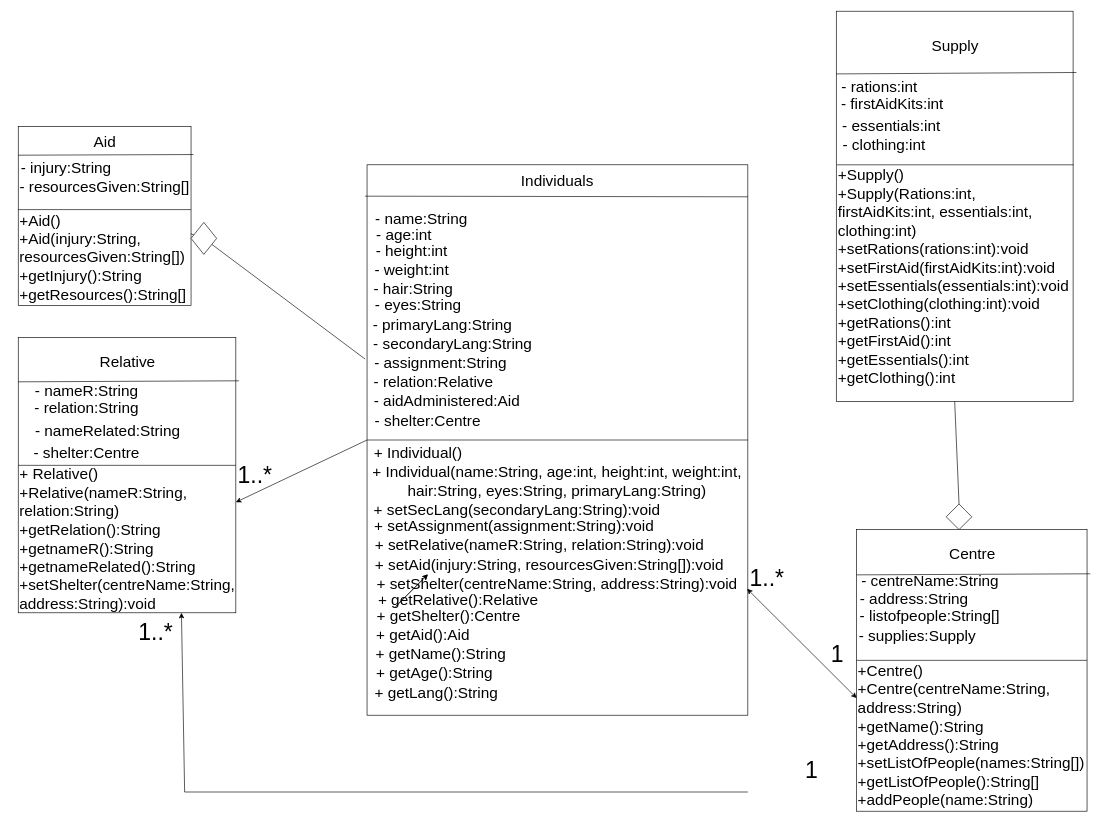
Above: Group project 1/disaster_relief_system.drawio in Hisada-VI/ENSF-380-assignments (draw.io), before the change. Source tidied: cells renumbered, new cells numbered last; positions are measured from the earlier drawing's top-left corner, leaving out a move shared by most shapes. Both pictures are drawn from the tidied source at 64%, with x=0, y=0 at pixel (11, 11).
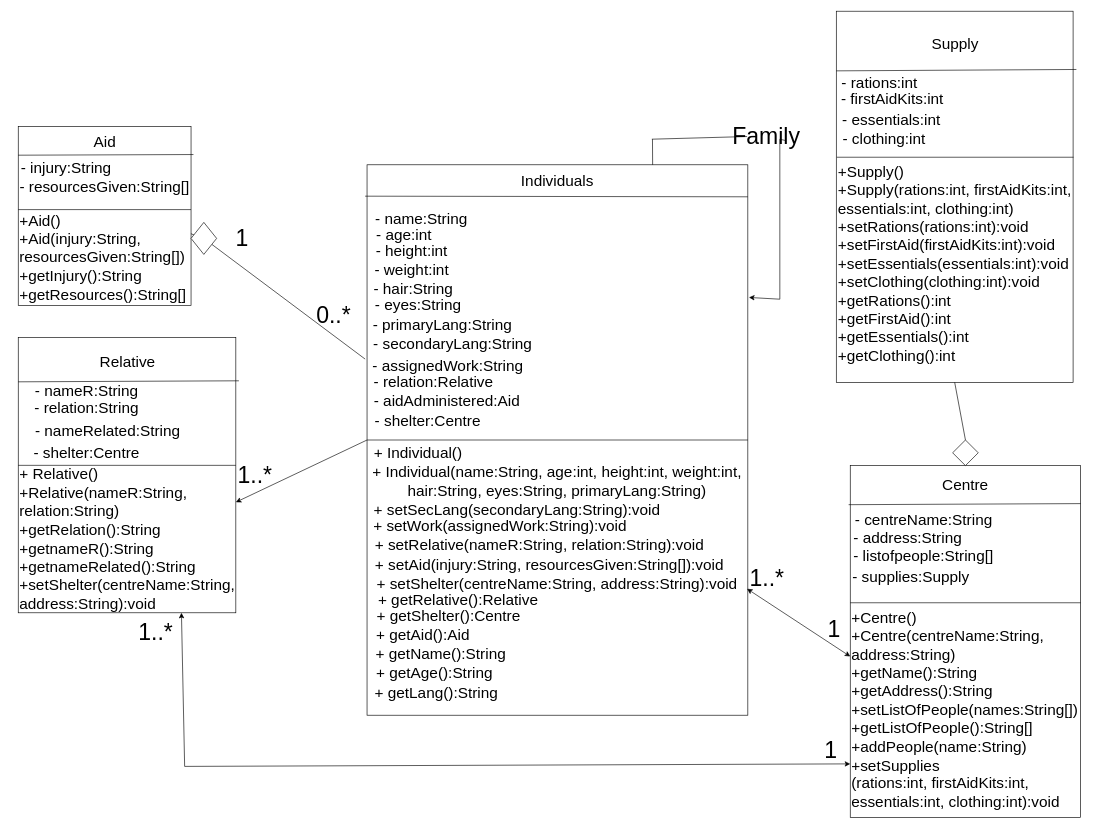
The same diagram, later.

Commit message:
finished UML diagram

The change refers to these unchanged cells:
```xml
<mxCell id="10" style="group;" parent="1" vertex="1">
  <mxGeometry x="531" y="240" width="643.8" height="860" as="geometry" />
</mxCell>
<mxCell id="11" style="rounded=0;whiteSpace=wrap;html=1;" parent="10" vertex="1">
  <mxGeometry x="25" width="595" height="860" as="geometry" />
</mxCell>
<mxCell id="63" value="&lt;div style=&quot;&quot;&gt;&lt;span style=&quot;background-color: initial;&quot;&gt;+ Relative()&lt;/span&gt;&lt;/div&gt;&lt;div style=&quot;&quot;&gt;&lt;span style=&quot;background-color: initial;&quot;&gt;+Relative(nameR:String, relation:String)&lt;/span&gt;&lt;/div&gt;&lt;div style=&quot;&quot;&gt;&lt;span style=&quot;background-color: initial;&quot;&gt;+getRelation():String&lt;/span&gt;&lt;/div&gt;&lt;div style=&quot;&quot;&gt;&lt;span style=&quot;background-color: initial;&quot;&gt;+getnameR():String&lt;/span&gt;&lt;/div&gt;&lt;div style=&quot;&quot;&gt;&lt;span style=&quot;background-color: initial;&quot;&gt;+getnameRelated():String&lt;/span&gt;&lt;/div&gt;&lt;div style=&quot;&quot;&gt;&lt;span style=&quot;text-align: center;&quot;&gt;+setShelter(centreName:String, address:String):void&lt;/span&gt;&lt;span style=&quot;background-color: initial;&quot;&gt;&lt;br&gt;&lt;/span&gt;&lt;/div&gt;" style="text;html=1;strokeColor=none;fillColor=none;align=left;verticalAlign=middle;whiteSpace=wrap;rounded=0;fontSize=24;" parent="57" vertex="1">
  <mxGeometry y="199.6" width="340" height="230.4" as="geometry" />
</mxCell>
```

Change to the diagram source:
```diff
@@
-    <mxCell id="22" value="- assignment:String" style="text;html=1;strokeColor=none;fillColor=none;align=center;verticalAlign=middle;whiteSpace=wrap;rounded=0;fontSize=24;" parent="10" vertex="1">
-      <mxGeometry x="35" y="300" width="210" height="20" as="geometry" />
+    <mxCell id="22" value="- assignedWork:String" style="text;html=1;strokeColor=none;fillColor=none;align=center;verticalAlign=middle;whiteSpace=wrap;rounded=0;fontSize=24;" parent="10" vertex="1">
+      <mxGeometry x="25" y="300" width="252.5" height="30" as="geometry" />
     </mxCell>
@@
-    <mxCell id="30" value="+ setAssignment(assignment:String):void" style="text;html=1;strokeColor=none;fillColor=none;align=center;verticalAlign=middle;whiteSpace=wrap;rounded=0;fontSize=24;" parent="10" vertex="1">
-      <mxGeometry x="35" y="550" width="440" height="30" as="geometry" />
+    <mxCell id="30" value="+ setWork(assignedWork:String):void" style="text;html=1;strokeColor=none;fillColor=none;align=center;verticalAlign=middle;whiteSpace=wrap;rounded=0;fontSize=24;" parent="10" vertex="1">
+      <mxGeometry x="12.5" y="550" width="440" height="30" as="geometry" />
     </mxCell>
@@
     <mxCell id="40" style="group;" parent="1" vertex="1">
-      <mxGeometry x="1321" y="810" width="360" height="440" as="geometry" />
+      <mxGeometry x="1311" y="710" width="360" height="550" as="geometry" />
     </mxCell>
     <mxCell id="41" style="rounded=0;whiteSpace=wrap;html=1;" parent="40" vertex="1">
-      <mxGeometry width="360" height="440" as="geometry" />
+      <mxGeometry width="360" height="550" as="geometry" />
     </mxCell>
     <mxCell id="42" value="&lt;font style=&quot;font-size: 24px;&quot;&gt;Centre&lt;/font&gt;" style="text;html=1;strokeColor=none;fillColor=none;align=center;verticalAlign=middle;whiteSpace=wrap;rounded=0;" parent="40" vertex="1">
-      <mxGeometry x="110.7" width="140" height="78.6" as="geometry" />
+      <mxGeometry x="110" width="140" height="60" as="geometry" />
     </mxCell>
-    <mxCell id="43" style="endArrow=none;html=1;fontSize=24;entryX=1.014;entryY=0.157;entryDx=0;entryDy=0;entryPerimeter=0;" parent="40" edge="1" target="41">
-      <mxGeometry relative="1" as="geometry">
-        <mxPoint y="70.7" as="sourcePoint" />
-      </mxGeometry>
+    <mxCell id="43" style="endArrow=none;html=1;fontSize=24;entryX=1;entryY=0.108;entryDx=0;entryDy=0;entryPerimeter=0;exitX=-0.007;exitY=0.111;exitDx=0;exitDy=0;exitPerimeter=0;" parent="40" edge="1" source="41" target="41">
+      <mxGeometry relative="1" as="geometry" />
     </mxCell>
     <mxCell id="44" value="- centreName:String" style="text;html=1;strokeColor=none;fillColor=none;align=center;verticalAlign=middle;whiteSpace=wrap;rounded=0;fontSize=24;" parent="40" vertex="1">
-      <mxGeometry x="-21.1" y="70" width="271.8" height="21.4" as="geometry" />
+      <mxGeometry x="-21.1" y="73.4" width="271.8" height="22.5" as="geometry" />
     </mxCell>
     <mxCell id="45" value="- address:String" style="text;html=1;strokeColor=none;fillColor=none;align=center;verticalAlign=middle;whiteSpace=wrap;rounded=0;fontSize=24;" parent="40" vertex="1">
-      <mxGeometry x="-30" y="100" width="240" height="17" as="geometry" />
+      <mxGeometry x="-30" y="104.9" width="240" height="17.8" as="geometry" />
     </mxCell>
-    <mxCell id="46" value="&lt;div style=&quot;&quot;&gt;&lt;span style=&quot;background-color: initial;&quot;&gt;+Centre()&lt;/span&gt;&lt;/div&gt;&lt;div style=&quot;&quot;&gt;&lt;span style=&quot;background-color: initial;&quot;&gt;+Centre(centreName:String, address:String)&lt;/span&gt;&lt;br&gt;&lt;/div&gt;&lt;div style=&quot;&quot;&gt;&lt;span style=&quot;background-color: initial;&quot;&gt;+getName():String&lt;/span&gt;&lt;/div&gt;&lt;div style=&quot;&quot;&gt;&lt;span style=&quot;background-color: initial;&quot;&gt;+getAddress():String&lt;/span&gt;&lt;/div&gt;&lt;div style=&quot;&quot;&gt;&lt;span style=&quot;background-color: initial;&quot;&gt;+setListOfPeople(names:String[])&lt;/span&gt;&lt;/div&gt;&lt;div style=&quot;&quot;&gt;+getListOfPeople():String[]&lt;span style=&quot;background-color: initial;&quot;&gt;&lt;br&gt;&lt;/span&gt;&lt;/div&gt;&lt;div style=&quot;&quot;&gt;+addPeople(name:String)&lt;br&gt;&lt;/div&gt;" style="text;html=1;strokeColor=none;fillColor=none;align=left;verticalAlign=middle;whiteSpace=wrap;rounded=0;fontSize=24;" parent="40" vertex="1">
-      <mxGeometry y="204.3" width="360" height="235.7" as="geometry" />
+    <mxCell id="46" value="&lt;div style=&quot;&quot;&gt;&lt;span style=&quot;background-color: initial;&quot;&gt;+Centre()&lt;/span&gt;&lt;/div&gt;&lt;div style=&quot;&quot;&gt;&lt;span style=&quot;background-color: initial;&quot;&gt;+Centre(centreName:String, address:String)&lt;/span&gt;&lt;br&gt;&lt;/div&gt;&lt;div style=&quot;&quot;&gt;&lt;span style=&quot;background-color: initial;&quot;&gt;+getName():String&lt;/span&gt;&lt;/div&gt;&lt;div style=&quot;&quot;&gt;&lt;span style=&quot;background-color: initial;&quot;&gt;+getAddress():String&lt;/span&gt;&lt;/div&gt;&lt;div style=&quot;&quot;&gt;&lt;span style=&quot;background-color: initial;&quot;&gt;+setListOfPeople(names:String[])&lt;/span&gt;&lt;/div&gt;&lt;div style=&quot;&quot;&gt;+getListOfPeople():String[]&lt;span style=&quot;background-color: initial;&quot;&gt;&lt;br&gt;&lt;/span&gt;&lt;/div&gt;&lt;div style=&quot;&quot;&gt;+addPeople(name:String)&lt;br&gt;&lt;/div&gt;&lt;div style=&quot;&quot;&gt;+setSupplies&lt;/div&gt;(rations:int, firstAidKits:int, essentials:int, clothing:int)&lt;span style=&quot;background-color: initial;&quot;&gt;:void&lt;/span&gt;" style="text;html=1;strokeColor=none;fillColor=none;align=left;verticalAlign=middle;whiteSpace=wrap;rounded=0;fontSize=24;" parent="40" vertex="1">
+      <mxGeometry y="214.3" width="360" height="335.7" as="geometry" />
     </mxCell>
@@
     <mxCell id="48" value="- listofpeople:String[]" style="text;html=1;strokeColor=none;fillColor=none;align=center;verticalAlign=middle;whiteSpace=wrap;rounded=0;fontSize=24;" parent="40" vertex="1">
-      <mxGeometry x="-30.9" y="120" width="291.3" height="30.6" as="geometry" />
+      <mxGeometry x="-30.9" y="125.9" width="291.3" height="32.1" as="geometry" />
     </mxCell>
     <mxCell id="49" value="- supplies:Supply" style="text;html=1;strokeColor=none;fillColor=none;align=center;verticalAlign=middle;whiteSpace=wrap;rounded=0;fontSize=24;" parent="40" vertex="1">
-      <mxGeometry y="150.6" width="190" height="30.6" as="geometry" />
+      <mxGeometry y="158" width="190" height="32.1" as="geometry" />
     </mxCell>
@@
     <mxCell id="55" value="&lt;font style=&quot;font-size: 36px;&quot;&gt;1&lt;/font&gt;" style="text;html=1;strokeColor=none;fillColor=none;align=center;verticalAlign=middle;whiteSpace=wrap;rounded=0;" parent="1" vertex="1">
-      <mxGeometry x="1261" y="990" width="60" height="30" as="geometry" />
+      <mxGeometry x="1256" y="950" width="60" height="30" as="geometry" />
     </mxCell>
@@
-    <mxCell id="68" style="endArrow=classic;html=1;" parent="1" edge="1">
-      <mxGeometry relative="1" as="geometry">
-        <mxPoint x="601" y="930" as="sourcePoint" />
-        <mxPoint x="651" y="880" as="targetPoint" />
-      </mxGeometry>
-    </mxCell>
     <mxCell id="69" value="&lt;font style=&quot;font-size: 36px;&quot;&gt;1&lt;/font&gt;" style="text;html=1;strokeColor=none;fillColor=none;align=center;verticalAlign=middle;whiteSpace=wrap;rounded=0;" parent="1" vertex="1">
-      <mxGeometry x="1221" y="1170" width="60" height="30" as="geometry" />
+      <mxGeometry x="1251" y="1140" width="60" height="30" as="geometry" />
     </mxCell>
@@
-    <mxCell id="71" style="endArrow=classic;html=1;" parent="1" edge="1">
-      <mxGeometry relative="1" as="geometry">
-        <mxPoint x="601" y="930" as="sourcePoint" />
-        <mxPoint x="651" y="880" as="targetPoint" />
-      </mxGeometry>
-    </mxCell>
     <mxCell id="72" style="endArrow=classic;html=1;entryX=0.75;entryY=1;entryDx=0;entryDy=0;" parent="1" edge="1" target="63">
       <mxGeometry relative="1" as="geometry">
-        <mxPoint x="271" y="1220" as="sourcePoint" />
+        <mxPoint x="271" y="1180" as="sourcePoint" />
       </mxGeometry>
     </mxCell>
-    <mxCell id="73" style="endArrow=none;html=1;" parent="1" edge="1">
-      <mxGeometry relative="1" as="geometry">
-        <mxPoint x="271" y="1220" as="sourcePoint" />
-        <mxPoint x="1151" y="1220" as="targetPoint" />
-      </mxGeometry>
-    </mxCell>
     <mxCell id="74" style="group;" parent="1" vertex="1">
-      <mxGeometry x="1289.2" width="370.7" height="610" as="geometry" />
+      <mxGeometry x="1289.2" width="370.7" height="580" as="geometry" />
     </mxCell>
     <mxCell id="75" style="rounded=0;whiteSpace=wrap;html=1;" parent="74" vertex="1">
-      <mxGeometry width="370" height="610" as="geometry" />
+      <mxGeometry width="370" height="580" as="geometry" />
     </mxCell>
     <mxCell id="76" value="&lt;font style=&quot;font-size: 24px;&quot;&gt;Supply&lt;/font&gt;" style="text;html=1;strokeColor=none;fillColor=none;align=center;verticalAlign=middle;whiteSpace=wrap;rounded=0;" parent="74" vertex="1">
-      <mxGeometry x="113.7" width="143.9" height="108.9" as="geometry" />
+      <mxGeometry x="113.7" width="143.9" height="103.6" as="geometry" />
     </mxCell>
     <mxCell id="77" style="endArrow=none;html=1;fontSize=24;entryX=1.014;entryY=0.157;entryDx=0;entryDy=0;entryPerimeter=0;" parent="74" edge="1" target="75">
       <mxGeometry relative="1" as="geometry">
-        <mxPoint y="98" as="sourcePoint" />
+        <mxPoint y="93.2" as="sourcePoint" />
       </mxGeometry>
     </mxCell>
     <mxCell id="78" value="- rations:int" style="text;html=1;strokeColor=none;fillColor=none;align=center;verticalAlign=middle;whiteSpace=wrap;rounded=0;fontSize=24;" parent="74" vertex="1">
-      <mxGeometry x="-13.9" y="108.9" width="163.9" height="20.5" as="geometry" />
+      <mxGeometry x="-13.9" y="103.6" width="163.9" height="19.5" as="geometry" />
     </mxCell>
     <mxCell id="79" value="- firstAidKits:int" style="text;html=1;strokeColor=none;fillColor=none;align=center;verticalAlign=middle;whiteSpace=wrap;rounded=0;fontSize=24;" parent="74" vertex="1">
-      <mxGeometry x="-13.9" y="129.4" width="203.9" height="30.6" as="geometry" />
+      <mxGeometry x="-13.9" y="123" width="203.9" height="29.1" as="geometry" />
     </mxCell>
-    <mxCell id="80" value="&lt;div style=&quot;&quot;&gt;+Supply()&lt;/div&gt;&lt;div style=&quot;&quot;&gt;+Supply(Rations:int, firstAidKits:int, essentials:int, clothing:int)&lt;/div&gt;&lt;div style=&quot;&quot;&gt;+setRations(rations:int):void&lt;/div&gt;&lt;div style=&quot;&quot;&gt;+setFirstAid(firstAidKits:int):void&lt;/div&gt;&lt;div style=&quot;&quot;&gt;+setEssentials(essentials:int):void&lt;br&gt;&lt;/div&gt;&lt;div style=&quot;&quot;&gt;+setClothing(clothing:int):void&lt;br&gt;&lt;/div&gt;&lt;div style=&quot;&quot;&gt;&lt;div&gt;+getRations():int&lt;/div&gt;&lt;div&gt;+getFirstAid():int&lt;/div&gt;&lt;div&gt;+getEssentials():int&lt;br&gt;&lt;/div&gt;&lt;div&gt;+getClothing():int&lt;/div&gt;&lt;/div&gt;" style="text;html=1;strokeColor=none;fillColor=none;align=left;verticalAlign=middle;whiteSpace=wrap;rounded=0;fontSize=24;" parent="74" vertex="1">
-      <mxGeometry x="0.7" y="240" width="370" height="350" as="geometry" />
+    <mxCell id="80" value="&lt;div style=&quot;&quot;&gt;+Supply()&lt;/div&gt;&lt;div style=&quot;&quot;&gt;+Supply(rations:int, firstAidKits:int, essentials:int, clothing:int)&lt;/div&gt;&lt;div style=&quot;&quot;&gt;+setRations(rations:int):void&lt;/div&gt;&lt;div style=&quot;&quot;&gt;+setFirstAid(firstAidKits:int):void&lt;/div&gt;&lt;div style=&quot;&quot;&gt;+setEssentials(essentials:int):void&lt;br&gt;&lt;/div&gt;&lt;div style=&quot;&quot;&gt;+setClothing(clothing:int):void&lt;br&gt;&lt;/div&gt;&lt;div style=&quot;&quot;&gt;&lt;div&gt;+getRations():int&lt;/div&gt;&lt;div&gt;+getFirstAid():int&lt;/div&gt;&lt;div&gt;+getEssentials():int&lt;br&gt;&lt;/div&gt;&lt;div&gt;+getClothing():int&lt;/div&gt;&lt;/div&gt;" style="text;html=1;strokeColor=none;fillColor=none;align=left;verticalAlign=middle;whiteSpace=wrap;rounded=0;fontSize=24;" parent="74" vertex="1">
+      <mxGeometry x="0.7" y="228.2" width="370" height="332.8" as="geometry" />
     </mxCell>
@@
     <mxCell id="82" value="- essentials:int" style="text;html=1;strokeColor=none;fillColor=none;align=center;verticalAlign=middle;whiteSpace=wrap;rounded=0;fontSize=24;" parent="74" vertex="1">
-      <mxGeometry x="-23.2" y="160" width="219.1" height="38.5" as="geometry" />
+      <mxGeometry x="-23.2" y="152.1" width="219.1" height="36.6" as="geometry" />
     </mxCell>
     <mxCell id="83" value="- clothing:int" style="text;html=1;strokeColor=none;fillColor=none;align=center;verticalAlign=middle;whiteSpace=wrap;rounded=0;fontSize=24;" parent="74" vertex="1">
-      <mxGeometry x="-23.2" y="198.5" width="195.9" height="23.9" as="geometry" />
+      <mxGeometry x="-23.2" y="188.7" width="195.9" height="22.7" as="geometry" />
     </mxCell>
@@
     <mxCell id="85" style="rhombus;whiteSpace=wrap;html=1;fontSize=36;fillColor=#FFFFFF;" parent="1" vertex="1">
-      <mxGeometry x="1461" y="770" width="40" height="40" as="geometry" />
+      <mxGeometry x="1471" y="670" width="40" height="40" as="geometry" />
     </mxCell>
+    <mxCell id="86" style="endArrow=classic;html=1;fontSize=36;entryX=0;entryY=0.75;entryDx=0;entryDy=0;" parent="1" edge="1" target="46">
+      <mxGeometry relative="1" as="geometry">
+        <mxPoint x="271" y="1180" as="sourcePoint" />
+      </mxGeometry>
+    </mxCell>
+    <mxCell id="87" style="endArrow=none;html=1;fontSize=36;exitX=0.75;exitY=0;exitDx=0;exitDy=0;" parent="1" edge="1" source="11">
+      <mxGeometry relative="1" as="geometry">
+        <mxPoint x="1002" y="200" as="targetPoint" />
+      </mxGeometry>
+    </mxCell>
+    <mxCell id="88" style="endArrow=none;html=1;fontSize=36;startArrow=none;" parent="1" edge="1" source="92">
+      <mxGeometry relative="1" as="geometry">
+        <mxPoint x="1201" y="200" as="targetPoint" />
+      </mxGeometry>
+    </mxCell>
+    <mxCell id="89" style="endArrow=none;html=1;fontSize=36;" parent="1" edge="1">
+      <mxGeometry relative="1" as="geometry">
+        <mxPoint x="1201" y="200" as="sourcePoint" />
+        <mxPoint x="1201" y="450" as="targetPoint" />
+      </mxGeometry>
+    </mxCell>
+    <mxCell id="90" style="endArrow=classic;html=1;fontSize=36;entryX=1.003;entryY=0.241;entryDx=0;entryDy=0;entryPerimeter=0;" parent="1" edge="1" target="11">
+      <mxGeometry relative="1" as="geometry">
+        <mxPoint x="1201" y="450" as="sourcePoint" />
+      </mxGeometry>
+    </mxCell>
+    <mxCell id="91" style="endArrow=none;html=1;fontSize=36;" parent="1" edge="1" target="92">
+      <mxGeometry relative="1" as="geometry">
+        <mxPoint x="1001" y="200" as="sourcePoint" />
+      </mxGeometry>
+    </mxCell>
+    <mxCell id="92" value="Family" style="text;html=1;strokeColor=none;fillColor=none;align=center;verticalAlign=middle;whiteSpace=wrap;rounded=0;fontSize=36;" parent="1" vertex="1">
+      <mxGeometry x="1149.8" y="180" width="60" height="30" as="geometry" />
+    </mxCell>
+    <mxCell id="93" value="0..*" style="text;html=1;strokeColor=none;fillColor=none;align=center;verticalAlign=middle;whiteSpace=wrap;rounded=0;fontSize=36;" parent="1" vertex="1">
+      <mxGeometry x="473.5" y="460" width="60" height="30" as="geometry" />
+    </mxCell>
+    <mxCell id="94" value="1" style="text;html=1;strokeColor=none;fillColor=none;align=center;verticalAlign=middle;whiteSpace=wrap;rounded=0;fontSize=36;" parent="1" vertex="1">
+      <mxGeometry x="331" y="340" width="60" height="30" as="geometry" />
+    </mxCell>
```
